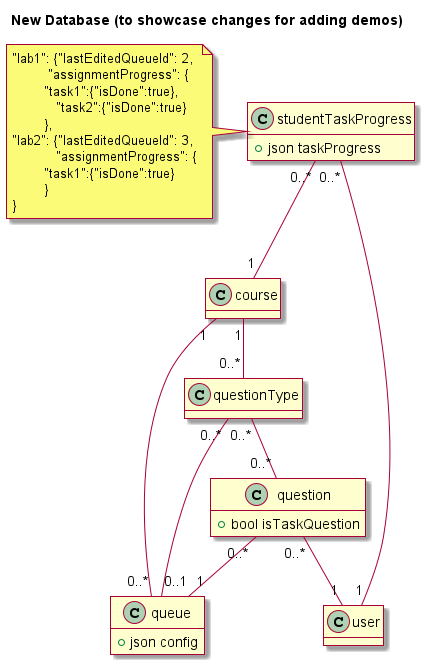
Before: docs/diagrams/demos_new_database.png, a diagram exported from PlantUML (ubco-db/helpme). The source it was exported from:
```plantuml
@startuml
skin rose

title New Database (to showcase changes for adding demos)

class queue {
  +json config
}

class course

class question {
  +bool isTaskQuestion
}

class thing as "studentTaskProgress" {
  +json taskProgress
}
note left : "lab1": {"lastEditedQueueId": 2,\n\t "assignmentProgress": {\n\t"task1":{"isDone":true},\n\t   "task2":{"isDone":true}\n\t}, \n"lab2": {"lastEditedQueueId": 3,\n\t   "assignmentProgress": {\n\t"task1":{"isDone":true}\n\t}\n}

class questionType {
}


queue "0..*" -- "1" course
question "0..*" -- "1" queue
question "0..*" -- "1" user
thing "0..*" -- "1" user
thing "0..*" -- "1" course
questionType "0..*" -- "0..*" question
queue "0..1" -- "0..*" questionType
course "1" -- "0..*" questionType


hide empty methods
@enduml
```
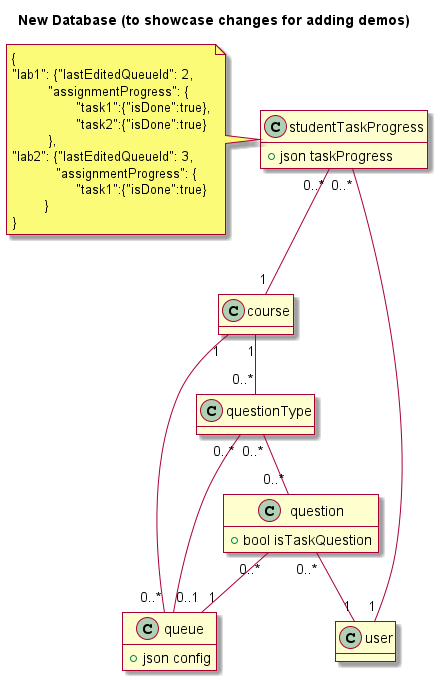
After the commit.

The edit, as a diff of the source:
```diff
@@ -16,7 +16,7 @@
 class thing as "studentTaskProgress" {
   +json taskProgress
 }
-note left : "lab1": {"lastEditedQueueId": 2,\n\t "assignmentProgress": {\n\t"task1":{"isDone":true},\n\t   "task2":{"isDone":true}\n\t}, \n"lab2": {"lastEditedQueueId": 3,\n\t   "assignmentProgress": {\n\t"task1":{"isDone":true}\n\t}\n}
+note left : {\n"lab1": {"lastEditedQueueId": 2,\n\t "assignmentProgress": {\n\t\t"task1":{"isDone":true},\n\t\t"task2":{"isDone":true}\n\t }, \n"lab2": {"lastEditedQueueId": 3,\n\t   "assignmentProgress": {\n\t\t"task1":{"isDone":true}\n\t}\n}
 
 class questionType {
 }
```
